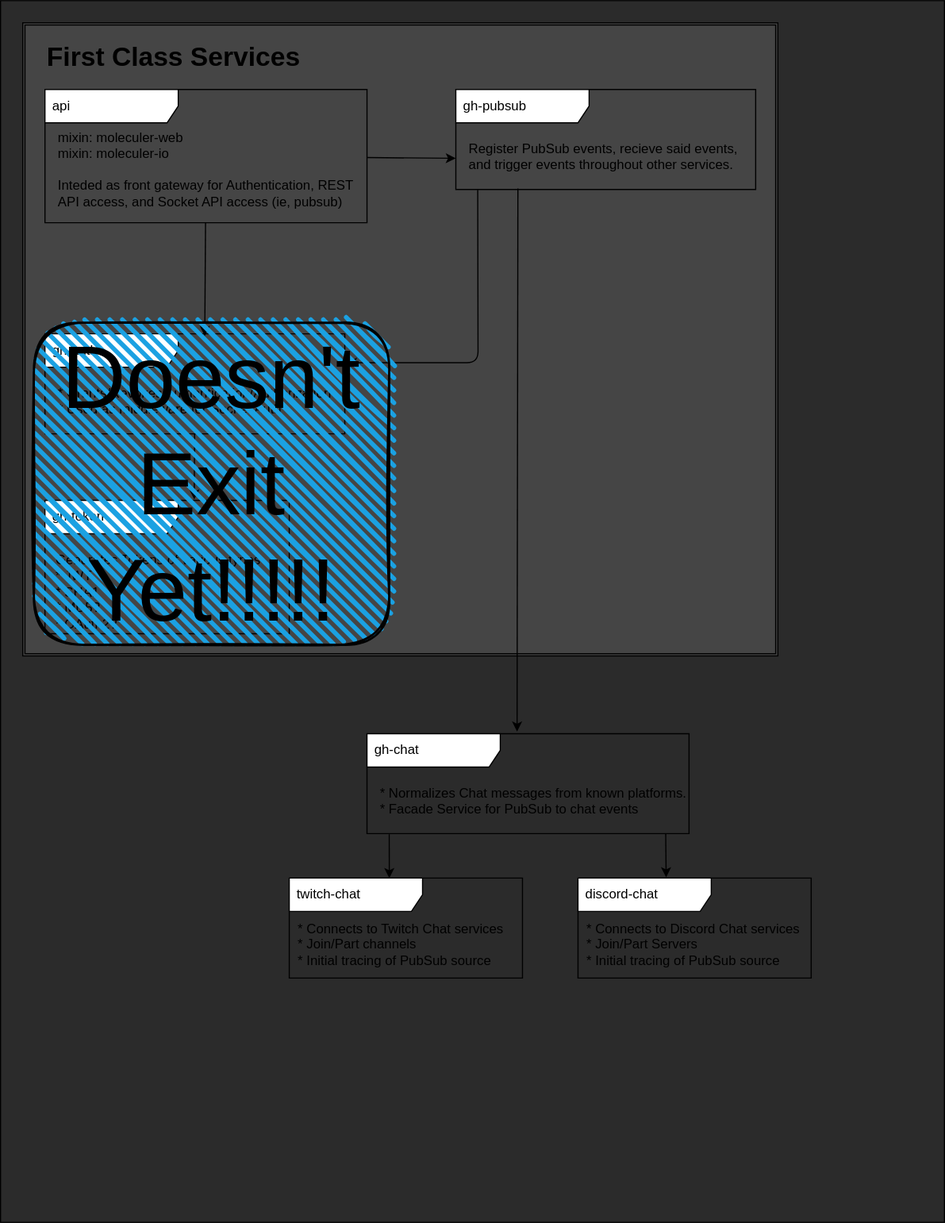
This is docs/container-layout.drawio.svg from hangouthere/golden-hammer-services, a draw.io export, as it was before one commit. Source tidied: cells renumbered, new cells last; positions are measured from the earlier drawing's top-left corner, leaving out a move shared by most shapes.
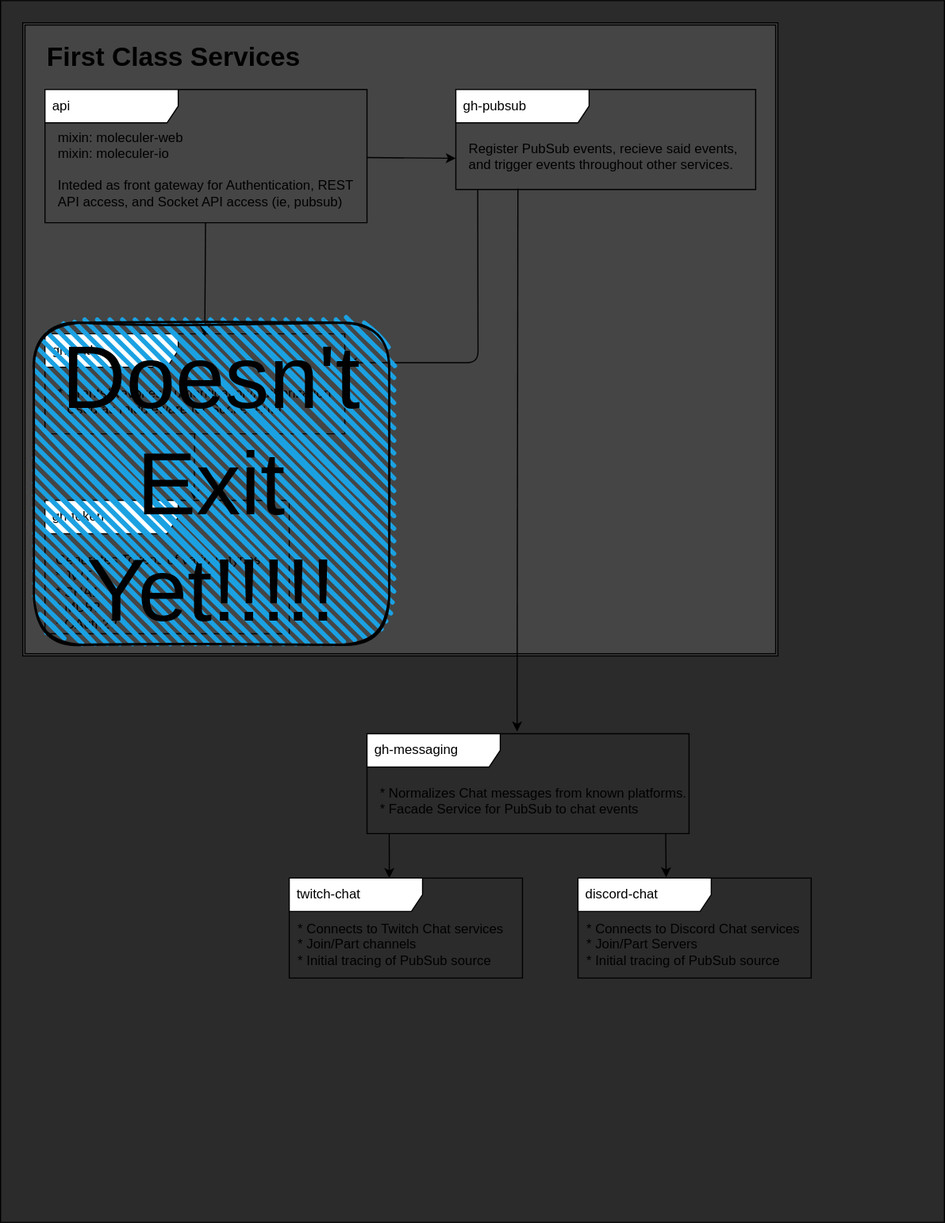
The same diagram one commit later.

Commit message:
Change naming from gh-chat -> gh-messaging

What changed in the source:
```diff
@@ -6,13 +6,13 @@
       <mxGeometry width="850" height="1100" as="geometry" />
     </mxCell>
     <mxCell id="3" value="Diagram" parent="0" />
-    <mxCell id="4" style="group;" parent="3" vertex="1">
-      <mxGeometry x="20" y="20" width="830" height="1080" as="geometry" />
-    </mxCell>
+    <mxCell id="34" style="group;" parent="3" vertex="1">
+      <mxGeometry x="20" y="20" width="830" height="1080" as="geometry" />
+    </mxCell>
-    <mxCell id="5" style="shape=ext;double=1;rounded=0;whiteSpace=wrap;html=1;fillColor=#454545;" parent="4" vertex="1">
+    <mxCell id="5" style="shape=ext;double=1;rounded=0;whiteSpace=wrap;html=1;fillColor=#454545;" parent="34" vertex="1">
       <mxGeometry width="680" height="570" as="geometry" />
     </mxCell>
-    <mxCell id="6" style="group;" parent="4" vertex="1">
+    <mxCell id="6" style="group;" parent="34" vertex="1">
       <mxGeometry x="20" y="60" width="290" height="120" as="geometry" />
     </mxCell>
     <mxCell id="7" value="api" style="shape=umlFrame;whiteSpace=wrap;html=1;width=120;height=30;boundedLbl=1;verticalAlign=middle;align=left;spacingLeft=5;" parent="6" vertex="1">
@@ -21,7 +21,7 @@
     <mxCell id="8" value="mixin: moleculer-web&lt;br&gt;mixin: moleculer-io&lt;br&gt;&lt;br&gt;Inteded as front gateway for Authentication, REST API access, and Socket API access (ie, pubsub)" style="text;html=1;strokeColor=none;fillColor=none;align=left;verticalAlign=top;whiteSpace=wrap;rounded=0;" parent="6" vertex="1">
       <mxGeometry x="10" y="30" width="270" height="80" as="geometry" />
     </mxCell>
-    <mxCell id="9" style="group;" parent="4" vertex="1">
+    <mxCell id="9" style="group;" parent="34" vertex="1">
       <mxGeometry x="20" y="280" width="310" height="280" as="geometry" />
     </mxCell>
     <mxCell id="10" value="gh-auth" style="shape=umlFrame;whiteSpace=wrap;html=1;width=120;height=30;boundedLbl=1;verticalAlign=middle;align=left;spacingLeft=5;" parent="9" vertex="1">
@@ -30,10 +30,10 @@
     <mxCell id="11" value="* Grants/Revokes Authentication/Authorization&lt;br&gt;* Used as middleware for Socket Auth&lt;br&gt;" style="text;html=1;strokeColor=none;fillColor=none;align=left;verticalAlign=top;whiteSpace=wrap;rounded=0;" parent="9" vertex="1">
       <mxGeometry x="10" y="40" width="270" height="40" as="geometry" />
     </mxCell>
-    <mxCell id="12" style="edgeStyle=none;html=1;entryX=0.533;entryY=0.022;entryDx=0;entryDy=0;entryPerimeter=0;" parent="4" edge="1" source="7" target="10">
+    <mxCell id="12" style="edgeStyle=none;html=1;entryX=0.533;entryY=0.022;entryDx=0;entryDy=0;entryPerimeter=0;" parent="34" edge="1" source="7" target="10">
       <mxGeometry relative="1" as="geometry" />
     </mxCell>
-    <mxCell id="13" style="group;" parent="4" vertex="1">
+    <mxCell id="13" style="group;" parent="34" vertex="1">
       <mxGeometry x="20" y="430" width="220" height="120" as="geometry" />
     </mxCell>
     <mxCell id="14" value="gh-token" style="shape=umlFrame;whiteSpace=wrap;html=1;width=120;height=30;boundedLbl=1;verticalAlign=middle;align=left;spacingLeft=5;" parent="13" vertex="1">
@@ -42,10 +42,10 @@
     <mxCell id="15" value="Generates Tokens of various types&lt;br&gt;&amp;nbsp; &amp;nbsp;* JWT&lt;br&gt;&amp;nbsp; &amp;nbsp;* SHA1&lt;br&gt;&amp;nbsp; &amp;nbsp;* MD5?&lt;br&gt;&amp;nbsp; &amp;nbsp;* OAuth2?" style="text;html=1;strokeColor=none;fillColor=none;align=left;verticalAlign=top;whiteSpace=wrap;rounded=0;" parent="13" vertex="1">
       <mxGeometry x="7.9" y="40" width="212.1" height="80" as="geometry" />
     </mxCell>
-    <mxCell id="16" style="edgeStyle=none;html=1;entryX=0.611;entryY=-0.007;entryDx=0;entryDy=0;entryPerimeter=0;" parent="4" edge="1" source="10" target="14">
+    <mxCell id="16" style="edgeStyle=none;html=1;entryX=0.611;entryY=-0.007;entryDx=0;entryDy=0;entryPerimeter=0;" parent="34" edge="1" source="10" target="14">
       <mxGeometry relative="1" as="geometry" />
     </mxCell>
-    <mxCell id="17" style="group;" parent="4" vertex="1">
+    <mxCell id="17" style="group;" parent="34" vertex="1">
       <mxGeometry x="390" y="60" width="280" height="120" as="geometry" />
     </mxCell>
     <mxCell id="18" value="gh-pubsub" style="shape=umlFrame;whiteSpace=wrap;html=1;width=120;height=30;boundedLbl=1;verticalAlign=middle;align=left;spacingLeft=5;" parent="17" vertex="1">
@@ -54,22 +54,22 @@
     <mxCell id="19" value="Register PubSub events, recieve said events, and trigger events throughout other services." style="text;html=1;strokeColor=none;fillColor=none;align=left;verticalAlign=top;whiteSpace=wrap;rounded=0;" parent="17" vertex="1">
       <mxGeometry x="10" y="40" width="260" height="40" as="geometry" />
     </mxCell>
-    <mxCell id="20" style="edgeStyle=none;html=1;entryX=0;entryY=0.689;entryDx=0;entryDy=0;entryPerimeter=0;" parent="4" edge="1" source="7" target="18">
+    <mxCell id="20" style="edgeStyle=none;html=1;entryX=0;entryY=0.689;entryDx=0;entryDy=0;entryPerimeter=0;" parent="34" edge="1" source="7" target="18">
       <mxGeometry relative="1" as="geometry" />
     </mxCell>
-    <mxCell id="21" style="edgeStyle=none;html=1;entryX=1.007;entryY=0.289;entryDx=0;entryDy=0;entryPerimeter=0;exitX=0.073;exitY=1.004;exitDx=0;exitDy=0;exitPerimeter=0;" parent="4" edge="1" source="18" target="10">
+    <mxCell id="21" style="edgeStyle=none;html=1;entryX=1.007;entryY=0.289;entryDx=0;entryDy=0;entryPerimeter=0;exitX=0.073;exitY=1.004;exitDx=0;exitDy=0;exitPerimeter=0;" parent="34" edge="1" source="18" target="10">
       <mxGeometry relative="1" as="geometry">
         <Array as="points">
           <mxPoint x="410" y="306" />
         </Array>
       </mxGeometry>
     </mxCell>
-    <mxCell id="22" value="First Class Services" style="text;strokeColor=none;fillColor=none;html=1;fontSize=24;fontStyle=1;verticalAlign=top;align=left;" parent="4" vertex="1">
+    <mxCell id="22" value="First Class Services" style="text;strokeColor=none;fillColor=none;html=1;fontSize=24;fontStyle=1;verticalAlign=top;align=left;" parent="34" vertex="1">
       <mxGeometry x="20" y="10" width="250" height="40" as="geometry" />
     </mxCell>
-    <mxCell id="23" style="edgeStyle=none;html=1;entryX=0.466;entryY=-0.022;entryDx=0;entryDy=0;entryPerimeter=0;exitX=0.207;exitY=0.99;exitDx=0;exitDy=0;exitPerimeter=0;" parent="3" edge="1" source="18" target="33">
-      <mxGeometry relative="1" as="geometry" />
-    </mxCell>
+    <mxCell id="35" style="edgeStyle=none;html=1;entryX=0.466;entryY=-0.022;entryDx=0;entryDy=0;entryPerimeter=0;exitX=0.207;exitY=0.99;exitDx=0;exitDy=0;exitPerimeter=0;" parent="3" edge="1" source="18" target="38">
+      <mxGeometry relative="1" as="geometry" />
+    </mxCell>
     <mxCell id="24" value="* Normalizes Chat messages from known platforms.&lt;br&gt;* Facade Service for PubSub to chat events" style="text;html=1;strokeColor=none;fillColor=none;align=left;verticalAlign=top;whiteSpace=wrap;rounded=0;" parent="3" vertex="1">
       <mxGeometry x="340" y="700" width="280" height="37.5" as="geometry" />
     </mxCell>
@@ -82,9 +82,9 @@
     <mxCell id="27" value="* Connects to Twitch Chat services&lt;br&gt;* Join/Part channels&lt;br&gt;* Initial tracing of PubSub source&lt;br&gt;" style="text;html=1;strokeColor=none;fillColor=none;align=left;verticalAlign=top;whiteSpace=wrap;rounded=0;" parent="25" vertex="1">
       <mxGeometry x="5.8" y="31.9" width="194.2" height="50" as="geometry" />
     </mxCell>
-    <mxCell id="28" style="edgeStyle=none;html=1;entryX=0.429;entryY=0;entryDx=0;entryDy=0;entryPerimeter=0;exitX=0.069;exitY=1.007;exitDx=0;exitDy=0;exitPerimeter=0;" parent="3" edge="1" source="33" target="26">
-      <mxGeometry relative="1" as="geometry" />
-    </mxCell>
+    <mxCell id="36" style="edgeStyle=none;html=1;entryX=0.429;entryY=0;entryDx=0;entryDy=0;entryPerimeter=0;exitX=0.069;exitY=1.007;exitDx=0;exitDy=0;exitPerimeter=0;" parent="3" edge="1" source="38" target="26">
+      <mxGeometry relative="1" as="geometry" />
+    </mxCell>
     <mxCell id="29" style="group;" parent="3" vertex="1">
       <mxGeometry x="520" y="790" width="210" height="90" as="geometry" />
     </mxCell>
@@ -94,16 +94,16 @@
     <mxCell id="31" value="* Connects to Discord Chat services&lt;br&gt;* Join/Part Servers&lt;br&gt;* Initial tracing of PubSub source" style="text;html=1;strokeColor=none;fillColor=none;align=left;verticalAlign=top;whiteSpace=wrap;rounded=0;" parent="29" vertex="1">
       <mxGeometry x="5.8" y="31.9" width="204.2" height="50" as="geometry" />
     </mxCell>
-    <mxCell id="32" style="edgeStyle=none;html=1;entryX=0.378;entryY=-0.008;entryDx=0;entryDy=0;entryPerimeter=0;" parent="3" edge="1" target="30">
-      <mxGeometry relative="1" as="geometry">
-        <mxPoint x="599" y="750" as="sourcePoint" />
-      </mxGeometry>
-    </mxCell>
-    <mxCell id="33" value="gh-chat" style="shape=umlFrame;whiteSpace=wrap;html=1;width=120;height=30;boundedLbl=1;verticalAlign=middle;align=left;spacingLeft=5;" parent="3" vertex="1">
-      <mxGeometry x="330" y="660" width="290" height="90" as="geometry" />
-    </mxCell>
-    <mxCell id="34" value="Doesn't Exit Yet!!!!!" style="rounded=1;whiteSpace=wrap;html=1;strokeWidth=2;fillWeight=4;hachureGap=8;hachureAngle=45;fillColor=#1ba1e2;sketch=1;fontSize=80;fontColor=#000000;" parent="3" vertex="1">
-      <mxGeometry x="30" y="290" width="320" height="290" as="geometry" />
-    </mxCell>
+    <mxCell id="37" style="edgeStyle=none;html=1;entryX=0.378;entryY=-0.008;entryDx=0;entryDy=0;entryPerimeter=0;" parent="3" edge="1" target="30">
+      <mxGeometry relative="1" as="geometry">
+        <mxPoint x="599" y="750" as="sourcePoint" />
+      </mxGeometry>
+    </mxCell>
+    <mxCell id="38" value="gh-messaging" style="shape=umlFrame;whiteSpace=wrap;html=1;width=120;height=30;boundedLbl=1;verticalAlign=middle;align=left;spacingLeft=5;" parent="3" vertex="1">
+      <mxGeometry x="330" y="660" width="290" height="90" as="geometry" />
+    </mxCell>
+    <mxCell id="39" value="Doesn't Exit Yet!!!!!" style="rounded=1;whiteSpace=wrap;html=1;strokeWidth=2;fillWeight=4;hachureGap=8;hachureAngle=45;fillColor=#1ba1e2;sketch=1;fontSize=80;fontColor=#000000;" parent="3" vertex="1">
+      <mxGeometry x="30" y="290" width="320" height="290" as="geometry" />
+    </mxCell>
   </root>
 </mxGraphModel>
```
